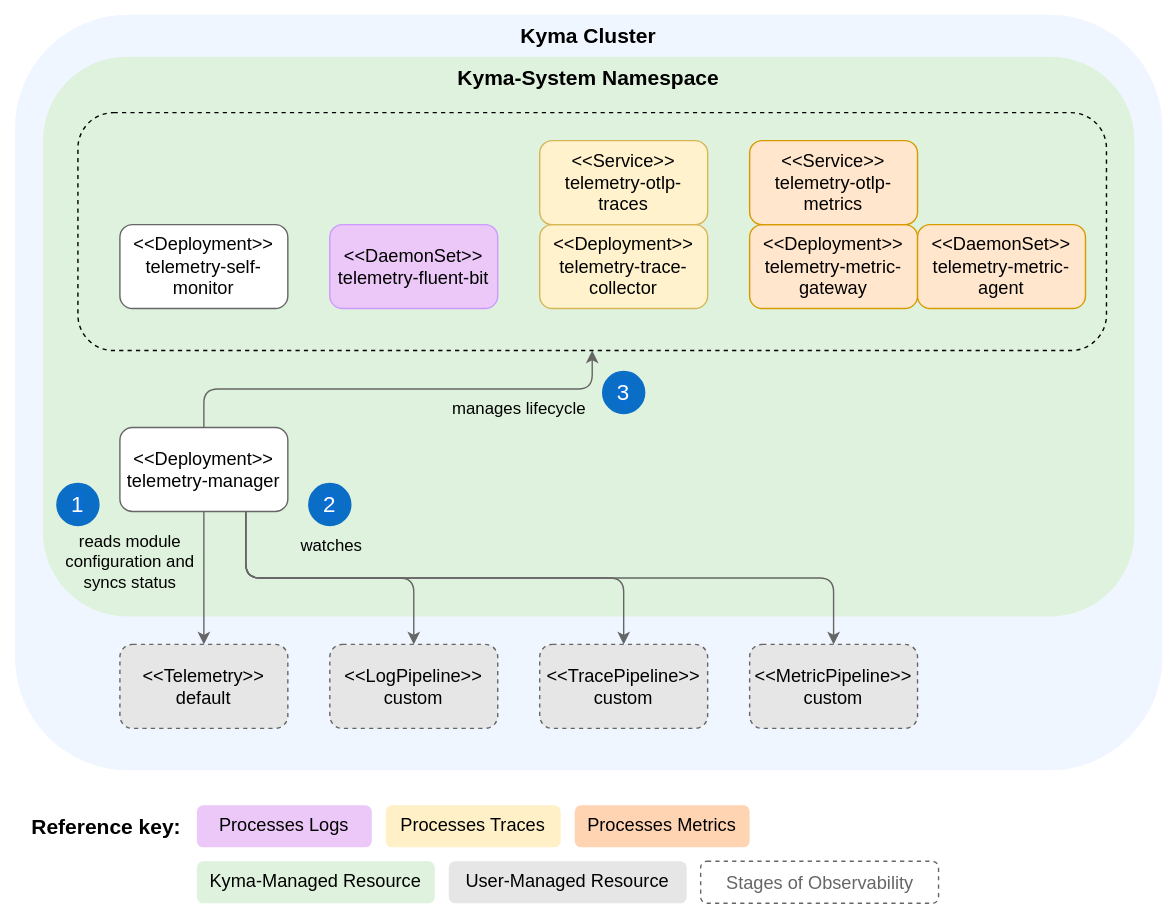
kyma-project/telemetry-manager keeps this draw.io diagram as docs/user/assets/manager-resources.drawio.svg. Above is the earlier version. Source tidied: cells renumbered, new cells last; positions are measured from the earlier drawing's top-left corner, leaving out a move shared by most shapes.
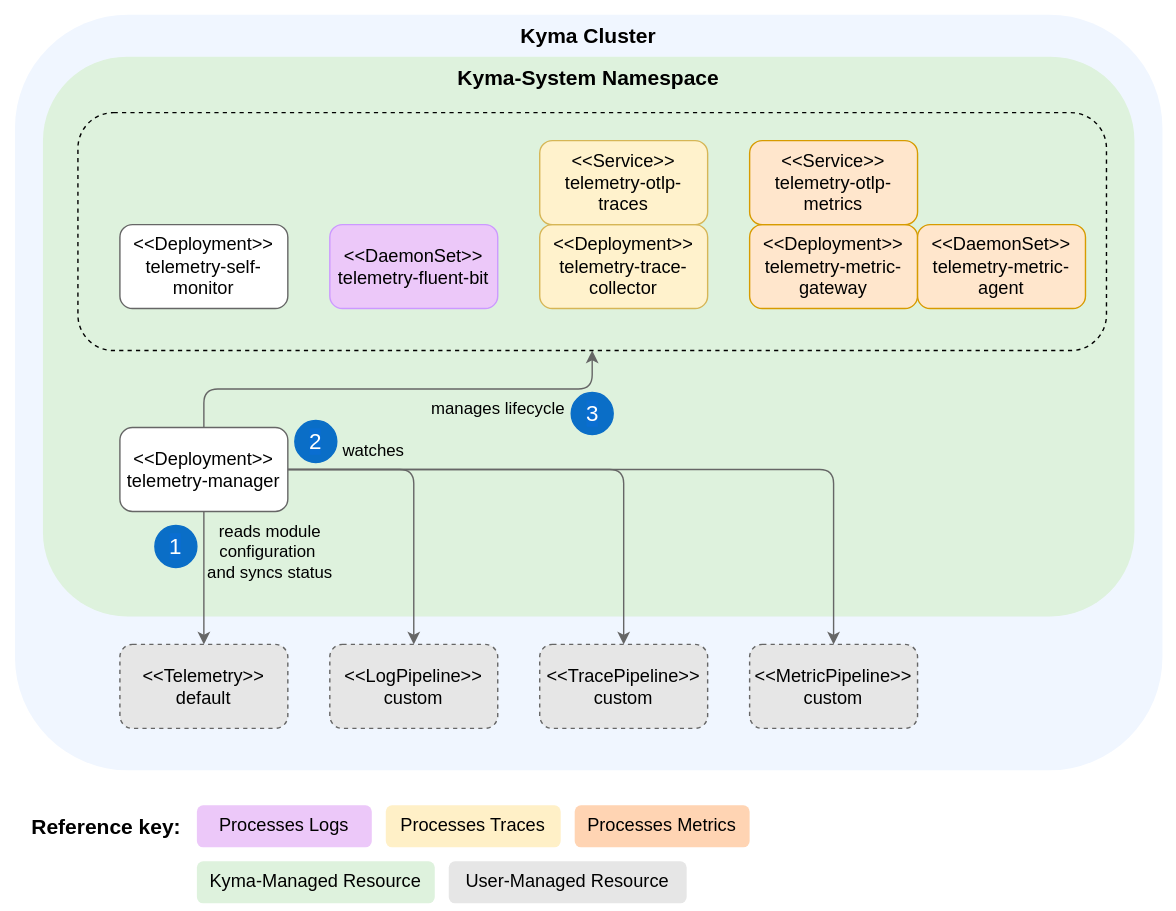
After the change.

Commit message:
align resources diagrams

What changed in the source:
```diff
@@ -28,13 +28,13 @@
     </mxCell>
     <mxCell id="10" value="&lt;span style=&quot;font-size: 12px;&quot;&gt;manages&amp;nbsp;&lt;/span&gt;&lt;span style=&quot;font-size: 12px;&quot;&gt;lifecycle&lt;/span&gt;" style="edgeLabel;html=1;align=center;verticalAlign=middle;labelBackgroundColor=none;fontSize=12;" parent="9" vertex="1">
       <mxGeometry x="-0.05" y="-1" relative="1" as="geometry">
-        <mxPoint x="94" y="13" as="offset" />
+        <mxPoint x="79" y="13" as="offset" />
       </mxGeometry>
     </mxCell>
-    <mxCell id="11" style="edgeStyle=orthogonalEdgeStyle;rounded=1;html=1;exitX=0.75;exitY=1;exitDx=0;exitDy=0;entryX=0.5;entryY=0;entryDx=0;entryDy=0;elbow=vertical;strokeColor=#666666;" parent="1" edge="1" source="13" target="14">
+    <mxCell id="11" style="edgeStyle=orthogonalEdgeStyle;rounded=1;html=1;exitX=1;exitY=0.5;exitDx=0;exitDy=0;entryX=0.5;entryY=0;entryDx=0;entryDy=0;elbow=vertical;strokeColor=#666666;" parent="1" edge="1" source="13" target="14">
       <mxGeometry relative="1" as="geometry" />
     </mxCell>
-    <mxCell id="12" style="edgeStyle=orthogonalEdgeStyle;rounded=1;html=1;exitX=0.75;exitY=1;exitDx=0;exitDy=0;entryX=0.5;entryY=0;entryDx=0;entryDy=0;elbow=vertical;strokeColor=#666666;" parent="1" edge="1" source="13" target="15">
+    <mxCell id="12" style="edgeStyle=orthogonalEdgeStyle;rounded=1;html=1;exitX=1;exitY=0.5;exitDx=0;exitDy=0;entryX=0.5;entryY=0;entryDx=0;entryDy=0;elbow=vertical;strokeColor=#666666;" parent="1" edge="1" source="13" target="15">
       <mxGeometry relative="1" as="geometry" />
     </mxCell>
     <mxCell id="13" value="&amp;lt;&amp;lt;Deployment&amp;gt;&amp;gt;&lt;br style=&quot;font-size: 13px;&quot;&gt;telemetry-manager" style="rounded=1;whiteSpace=wrap;html=1;strokeColor=#666666;fontSize=13;" parent="1" vertex="1">
@@ -52,20 +52,20 @@
     <mxCell id="17" style="edgeStyle=orthogonalEdgeStyle;rounded=1;html=1;exitX=0.5;exitY=1;exitDx=0;exitDy=0;entryX=0.5;entryY=0;entryDx=0;entryDy=0;elbow=vertical;strokeColor=#666666;" parent="1" edge="1" source="13" target="16">
       <mxGeometry relative="1" as="geometry" />
     </mxCell>
-    <mxCell id="18" value="reads module &lt;br&gt;configuration&amp;nbsp;and &lt;br&gt;syncs status" style="edgeLabel;html=1;align=center;verticalAlign=middle;labelBackgroundColor=none;fontSize=12;" parent="17" vertex="1">
+    <mxCell id="18" value="reads module &lt;br&gt;configuration&amp;nbsp;&lt;br&gt;and syncs status" style="edgeLabel;html=1;align=center;verticalAlign=middle;labelBackgroundColor=none;fontSize=12;" parent="17" vertex="1">
       <mxGeometry x="0.04" y="1" relative="1" as="geometry">
-        <mxPoint x="-55" y="-14" as="offset" />
+        <mxPoint x="46" y="-21" as="offset" />
       </mxGeometry>
     </mxCell>
     <mxCell id="19" value="&amp;lt;&amp;lt;LogPipeline&amp;gt;&amp;gt;&lt;br style=&quot;font-size: 13px;&quot;&gt;custom" style="rounded=1;whiteSpace=wrap;html=1;dashed=1;strokeColor=#666666;fontSize=13;fillColor=#E6E6E6;" parent="1" vertex="1">
       <mxGeometry x="235" y="460" width="120" height="60" as="geometry" />
     </mxCell>
-    <mxCell id="20" style="edgeStyle=orthogonalEdgeStyle;rounded=1;html=1;exitX=0.75;exitY=1;exitDx=0;exitDy=0;entryX=0.5;entryY=0;entryDx=0;entryDy=0;elbow=vertical;strokeColor=#666666;" parent="1" edge="1" source="13" target="19">
+    <mxCell id="20" style="edgeStyle=orthogonalEdgeStyle;rounded=1;html=1;exitX=1;exitY=0.5;exitDx=0;exitDy=0;entryX=0.5;entryY=0;entryDx=0;entryDy=0;elbow=vertical;strokeColor=#666666;" parent="1" edge="1" source="13" target="19">
       <mxGeometry relative="1" as="geometry" />
     </mxCell>
     <mxCell id="21" value="watches" style="edgeLabel;html=1;align=center;verticalAlign=middle;labelBackgroundColor=none;fontSize=12;" parent="20" vertex="1">
       <mxGeometry x="0.04" y="1" relative="1" as="geometry">
-        <mxPoint x="-4" y="-22" as="offset" />
+        <mxPoint x="-30" y="-35" as="offset" />
       </mxGeometry>
     </mxCell>
     <mxCell id="22" style="rounded=1;whiteSpace=wrap;html=1;dashed=1;fontSize=13;fillColor=none;" parent="1" vertex="1">
@@ -93,20 +93,17 @@
       <mxGeometry x="535" y="100" width="120" height="60" as="geometry" />
     </mxCell>
     <mxCell id="30" value="&lt;span style=&quot;font-size: 16px;&quot;&gt;2&lt;/span&gt;" style="ellipse;whiteSpace=wrap;html=1;labelBackgroundColor=#0A6ED1;fontColor=#FFFFFF;fillColor=#0A6EC7;strokeColor=#0A6EC7;" parent="1" vertex="1">
-      <mxGeometry x="220" y="345" width="30" height="30" as="geometry" />
+      <mxGeometry x="210" y="300" width="30" height="30" as="geometry" />
     </mxCell>
     <mxCell id="31" value="&lt;span style=&quot;font-size: 16px;&quot;&gt;1&lt;/span&gt;" style="ellipse;whiteSpace=wrap;html=1;labelBackgroundColor=#0A6ED1;fontColor=#FFFFFF;fillColor=#0A6EC7;strokeColor=#0A6EC7;" parent="1" vertex="1">
-      <mxGeometry x="40" y="345" width="30" height="30" as="geometry" />
+      <mxGeometry x="110" y="375" width="30" height="30" as="geometry" />
     </mxCell>
     <mxCell id="32" value="&lt;span style=&quot;font-size: 16px;&quot;&gt;3&lt;/span&gt;" style="ellipse;whiteSpace=wrap;html=1;labelBackgroundColor=#0A6ED1;fontColor=#FFFFFF;fillColor=#0A6EC7;strokeColor=#0A6EC7;" parent="1" vertex="1">
-      <mxGeometry x="430" y="265" width="30" height="30" as="geometry" />
+      <mxGeometry x="407.5" y="280" width="30" height="30" as="geometry" />
     </mxCell>
     <mxCell id="33" value="&lt;span style=&quot;color: rgb(0, 0, 0); font-family: Helvetica; font-size: 13px; font-style: normal; font-variant-ligatures: normal; font-variant-caps: normal; font-weight: 400; letter-spacing: normal; orphans: 2; text-indent: 0px; text-transform: none; widows: 2; word-spacing: 0px; -webkit-text-stroke-width: 0px; text-decoration-thickness: initial; text-decoration-style: initial; text-decoration-color: initial; float: none; display: inline !important;&quot;&gt;User-Managed Resource&lt;/span&gt;" style="text;whiteSpace=wrap;html=1;strokeColor=none;rounded=1;fillColor=#e6e6e6;align=center;fontSize=13;" parent="1" vertex="1">
       <mxGeometry x="320" y="615" width="170" height="30" as="geometry" />
     </mxCell>
-    <mxCell id="34" value="&lt;font color=&quot;#666666&quot; style=&quot;font-size: 13px;&quot;&gt;&lt;font style=&quot;font-size: 13px;&quot;&gt;Stages of Observability&lt;/font&gt;&lt;br style=&quot;font-size: 13px;&quot;&gt;&lt;/font&gt;" style="html=1;fillColor=none;strokeColor=#666666;rounded=1;dashed=1;fontSize=13;" parent="1" vertex="1">
-      <mxGeometry x="500" y="615" width="170" height="30" as="geometry" />
-    </mxCell>
     <mxCell id="35" value="&lt;span style=&quot;color: rgb(0, 0, 0); font-family: Helvetica; font-size: 13px; font-style: normal; font-variant-ligatures: normal; font-variant-caps: normal; font-weight: 400; letter-spacing: normal; orphans: 2; text-indent: 0px; text-transform: none; widows: 2; word-spacing: 0px; -webkit-text-stroke-width: 0px; text-decoration-thickness: initial; text-decoration-style: initial; text-decoration-color: initial; float: none; display: inline !important;&quot;&gt;Kyma-Managed Resource&lt;/span&gt;" style="text;whiteSpace=wrap;html=1;strokeColor=none;rounded=1;fillColor=#def2dd;align=center;" parent="1" vertex="1">
       <mxGeometry x="140" y="615" width="170" height="30" as="geometry" />
     </mxCell>
```
